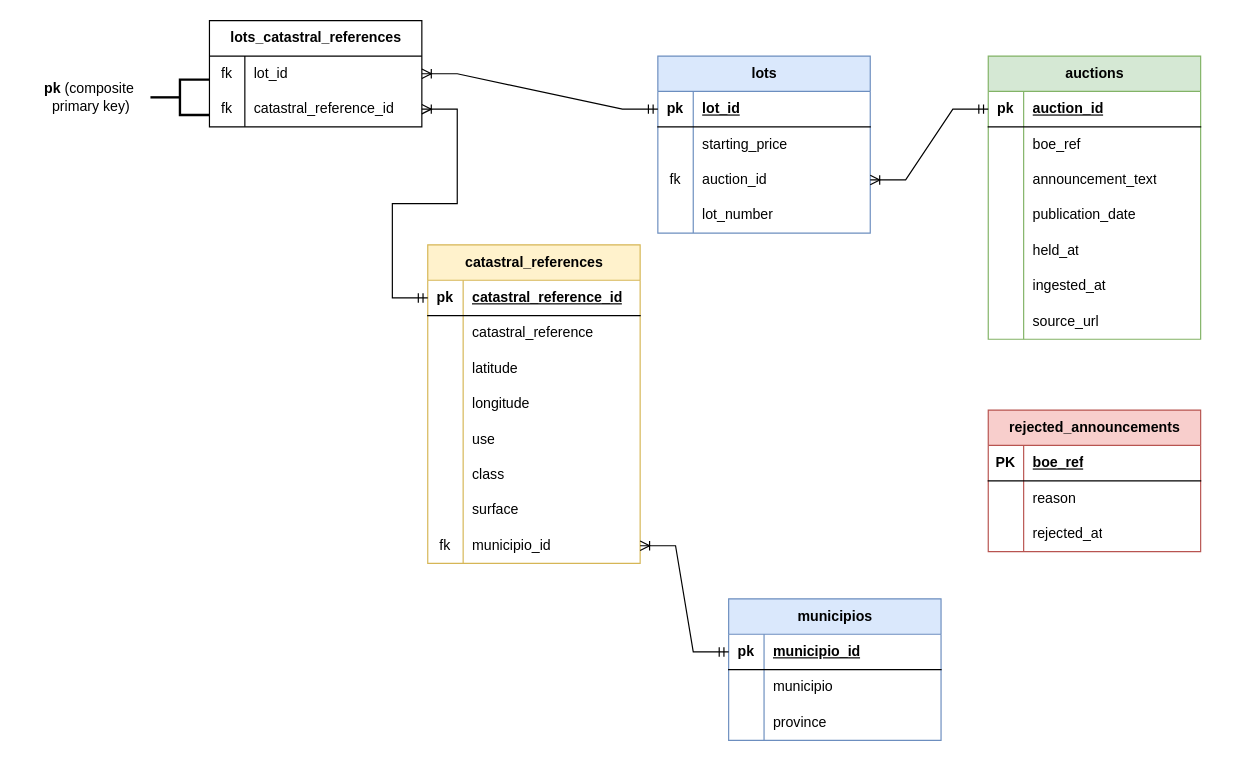
Earlier version of the draw.io diagram data_modeling/OLAP/2.silver/E-R.drawio (MiguelDonado/subastas_analytics). Source tidied: cells renumbered, new cells numbered last; positions are measured from the earlier drawing's top-left corner, leaving out a move shared by most shapes. Both pictures are drawn from the tidied source at 118%, with x=0, y=0 at pixel (20, 20).
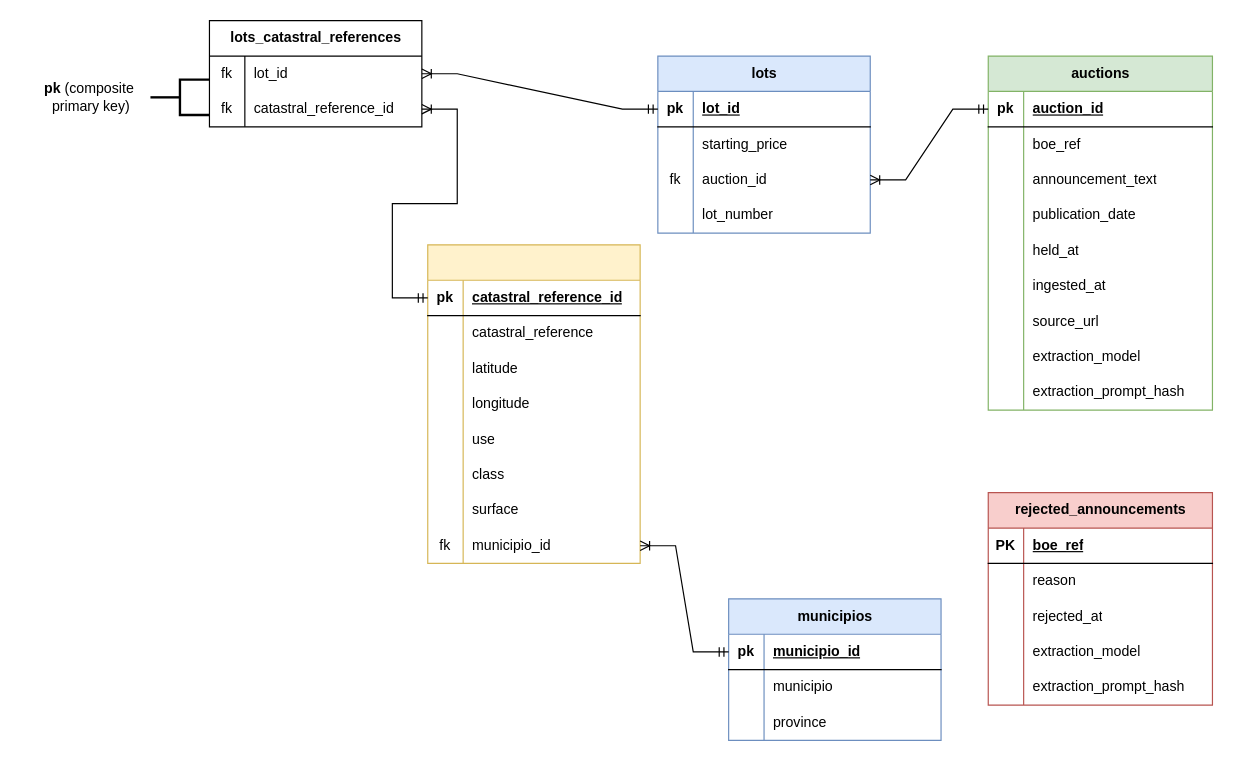
The same diagram, later.

What changed in the source:
```diff
@@
     <mxCell id="2" value="auctions" style="shape=table;startSize=30;childLayout=tableLayout;rowLines=0;fontStyle=1;align=center;html=1;fillColor=#d5e8d4;strokeColor=#82b366;" parent="1" vertex="1">
-      <mxGeometry x="820" y="30" width="180" height="240" as="geometry" />
+      <mxGeometry x="820" y="30" width="190" height="300" as="geometry" />
     </mxCell>
     <mxCell id="3" style="shape=tableRow;horizontal=0;startSize=0;swimlaneHead=0;swimlaneBody=0;fillColor=none;points=[[0,0.5],[1,0.5]];portConstraint=eastwest;top=0;left=0;right=0;bottom=1;" parent="2" vertex="1">
-      <mxGeometry y="30" width="180" height="30" as="geometry" />
+      <mxGeometry y="30" width="190" height="30" as="geometry" />
     </mxCell>
@@
     <mxCell id="5" value="auction_id" style="shape=partialRectangle;fillColor=none;top=0;left=0;bottom=0;right=0;align=left;spacingLeft=6;fontStyle=5;overflow=hidden;whiteSpace=wrap;html=1;" parent="3" vertex="1">
-      <mxGeometry x="30" width="150" height="30" as="geometry" />
+      <mxGeometry x="30" width="160" height="30" as="geometry" />
     </mxCell>
     <mxCell id="6" style="shape=tableRow;horizontal=0;startSize=0;swimlaneHead=0;swimlaneBody=0;fillColor=none;top=0;left=0;right=0;bottom=0;" parent="2" vertex="1">
-      <mxGeometry y="60" width="180" height="30" as="geometry" />
+      <mxGeometry y="60" width="190" height="30" as="geometry" />
     </mxCell>
@@
     <mxCell id="8" value="boe_ref" style="shape=partialRectangle;fillColor=none;top=0;left=0;bottom=0;right=0;align=left;spacingLeft=6;overflow=hidden;whiteSpace=wrap;html=1;" parent="6" vertex="1">
-      <mxGeometry x="30" width="150" height="30" as="geometry" />
+      <mxGeometry x="30" width="160" height="30" as="geometry" />
     </mxCell>
     <mxCell id="9" style="shape=tableRow;horizontal=0;startSize=0;swimlaneHead=0;swimlaneBody=0;fillColor=none;top=0;left=0;right=0;bottom=0;" parent="2" vertex="1">
-      <mxGeometry y="90" width="180" height="30" as="geometry" />
+      <mxGeometry y="90" width="190" height="30" as="geometry" />
     </mxCell>
@@
     <mxCell id="11" value="announcement_text" style="shape=partialRectangle;fillColor=none;top=0;left=0;bottom=0;right=0;align=left;spacingLeft=6;overflow=hidden;whiteSpace=wrap;html=1;" parent="9" vertex="1">
-      <mxGeometry x="30" width="150" height="30" as="geometry" />
+      <mxGeometry x="30" width="160" height="30" as="geometry" />
     </mxCell>
     <mxCell id="12" style="shape=tableRow;horizontal=0;startSize=0;swimlaneHead=0;swimlaneBody=0;fillColor=none;top=0;left=0;right=0;bottom=0;" parent="2" vertex="1">
-      <mxGeometry y="120" width="180" height="30" as="geometry" />
+      <mxGeometry y="120" width="190" height="30" as="geometry" />
     </mxCell>
@@
     <mxCell id="14" value="publication_date" style="shape=partialRectangle;fillColor=none;top=0;left=0;bottom=0;right=0;align=left;spacingLeft=6;overflow=hidden;whiteSpace=wrap;html=1;" parent="12" vertex="1">
-      <mxGeometry x="30" width="150" height="30" as="geometry" />
+      <mxGeometry x="30" width="160" height="30" as="geometry" />
     </mxCell>
     <mxCell id="15" style="shape=tableRow;horizontal=0;startSize=0;swimlaneHead=0;swimlaneBody=0;fillColor=none;top=0;left=0;right=0;bottom=0;" parent="2" vertex="1">
-      <mxGeometry y="150" width="180" height="30" as="geometry" />
+      <mxGeometry y="150" width="190" height="30" as="geometry" />
     </mxCell>
@@
     <mxCell id="17" value="held_at" style="shape=partialRectangle;fillColor=none;top=0;left=0;bottom=0;right=0;align=left;spacingLeft=6;overflow=hidden;whiteSpace=wrap;html=1;" parent="15" vertex="1">
-      <mxGeometry x="30" width="150" height="30" as="geometry" />
+      <mxGeometry x="30" width="160" height="30" as="geometry" />
     </mxCell>
     <mxCell id="18" style="shape=tableRow;horizontal=0;startSize=0;swimlaneHead=0;swimlaneBody=0;fillColor=none;top=0;left=0;right=0;bottom=0;" parent="2" vertex="1">
-      <mxGeometry y="180" width="180" height="30" as="geometry" />
+      <mxGeometry y="180" width="190" height="30" as="geometry" />
     </mxCell>
@@
     <mxCell id="20" value="ingested_at" style="shape=partialRectangle;fillColor=none;top=0;left=0;bottom=0;right=0;align=left;spacingLeft=6;overflow=hidden;whiteSpace=wrap;html=1;" parent="18" vertex="1">
-      <mxGeometry x="30" width="150" height="30" as="geometry" />
+      <mxGeometry x="30" width="160" height="30" as="geometry" />
     </mxCell>
     <mxCell id="21" style="shape=tableRow;horizontal=0;startSize=0;swimlaneHead=0;swimlaneBody=0;fillColor=none;top=0;left=0;right=0;bottom=0;" parent="2" vertex="1">
-      <mxGeometry y="210" width="180" height="30" as="geometry" />
+      <mxGeometry y="210" width="190" height="30" as="geometry" />
     </mxCell>
@@
     <mxCell id="23" value="source_url" style="shape=partialRectangle;fillColor=none;top=0;left=0;bottom=0;right=0;align=left;spacingLeft=6;overflow=hidden;whiteSpace=wrap;html=1;" parent="21" vertex="1">
-      <mxGeometry x="30" width="150" height="30" as="geometry" />
+      <mxGeometry x="30" width="160" height="30" as="geometry" />
     </mxCell>
+    <mxCell id="95" style="shape=tableRow;horizontal=0;startSize=0;swimlaneHead=0;swimlaneBody=0;fillColor=none;top=0;left=0;right=0;bottom=0;" parent="2" vertex="1">
+      <mxGeometry y="240" width="190" height="30" as="geometry" />
+    </mxCell>
+    <mxCell id="96" style="shape=partialRectangle;fillColor=none;top=0;left=0;bottom=0;right=0;overflow=hidden;whiteSpace=wrap;html=1;" parent="95" vertex="1">
+      <mxGeometry width="30" height="30" as="geometry" />
+    </mxCell>
+    <mxCell id="97" value="extraction_model" style="shape=partialRectangle;fillColor=none;top=0;left=0;bottom=0;right=0;align=left;spacingLeft=6;overflow=hidden;whiteSpace=wrap;html=1;" parent="95" vertex="1">
+      <mxGeometry x="30" width="160" height="30" as="geometry" />
+    </mxCell>
+    <mxCell id="98" style="shape=tableRow;horizontal=0;startSize=0;swimlaneHead=0;swimlaneBody=0;fillColor=none;top=0;left=0;right=0;bottom=0;" parent="2" vertex="1">
+      <mxGeometry y="270" width="190" height="30" as="geometry" />
+    </mxCell>
+    <mxCell id="99" style="shape=partialRectangle;fillColor=none;top=0;left=0;bottom=0;right=0;overflow=hidden;whiteSpace=wrap;html=1;" parent="98" vertex="1">
+      <mxGeometry width="30" height="30" as="geometry" />
+    </mxCell>
+    <mxCell id="100" value="extraction_prompt_hash" style="shape=partialRectangle;fillColor=none;top=0;left=0;bottom=0;right=0;align=left;spacingLeft=6;overflow=hidden;whiteSpace=wrap;html=1;" parent="98" vertex="1">
+      <mxGeometry x="30" width="160" height="30" as="geometry" />
+    </mxCell>
@@
-    <mxCell id="48" value="catastral_references" style="shape=table;startSize=30;childLayout=tableLayout;rowLines=0;fontStyle=1;align=center;html=1;fillColor=#fff2cc;strokeColor=#d6b656;" parent="1" vertex="1">
+    <mxCell id="48" value="&amp;nbsp; &amp;nbsp; &amp;nbsp; &amp;nbsp; &amp;nbsp; &amp;nbsp; &amp;nbsp; &amp;nbsp; &amp;nbsp; &amp;nbsp; &amp;nbsp; &amp;nbsp; &amp;nbsp; &amp;nbsp;&amp;nbsp;" style="shape=table;startSize=30;childLayout=tableLayout;rowLines=0;fontStyle=1;align=center;html=1;fillColor=#fff2cc;strokeColor=#d6b656;" parent="1" vertex="1">
       <mxGeometry x="345" y="190" width="180" height="270" as="geometry" />
     </mxCell>
@@
     <mxCell id="85" value="rejected_announcements" style="shape=table;startSize=30;childLayout=tableLayout;rowLines=0;fontStyle=1;align=center;html=1;fillColor=#f8cecc;strokeColor=#b85450;" parent="1" vertex="1">
-      <mxGeometry x="820" y="330" width="180" height="120" as="geometry" />
+      <mxGeometry x="820" y="400" width="190" height="180" as="geometry" />
     </mxCell>
     <mxCell id="86" style="shape=tableRow;horizontal=0;startSize=0;swimlaneHead=0;swimlaneBody=0;fillColor=none;top=0;left=0;right=0;bottom=1;" parent="85" vertex="1">
-      <mxGeometry y="30" width="180" height="30" as="geometry" />
+      <mxGeometry y="30" width="190" height="30" as="geometry" />
     </mxCell>
@@
     <mxCell id="88" value="boe_ref" style="shape=partialRectangle;fillColor=none;top=0;left=0;bottom=0;right=0;align=left;spacingLeft=6;fontStyle=5;overflow=hidden;whiteSpace=wrap;html=1;" parent="86" vertex="1">
-      <mxGeometry x="30" width="150" height="30" as="geometry" />
+      <mxGeometry x="30" width="160" height="30" as="geometry" />
     </mxCell>
     <mxCell id="89" style="shape=tableRow;horizontal=0;startSize=0;swimlaneHead=0;swimlaneBody=0;fillColor=none;top=0;left=0;right=0;bottom=0;" parent="85" vertex="1">
-      <mxGeometry y="60" width="180" height="30" as="geometry" />
+      <mxGeometry y="60" width="190" height="30" as="geometry" />
     </mxCell>
@@
     <mxCell id="91" value="reason" style="shape=partialRectangle;fillColor=none;top=0;left=0;bottom=0;right=0;align=left;spacingLeft=6;overflow=hidden;whiteSpace=wrap;html=1;" parent="89" vertex="1">
-      <mxGeometry x="30" width="150" height="30" as="geometry" />
+      <mxGeometry x="30" width="160" height="30" as="geometry" />
     </mxCell>
     <mxCell id="92" style="shape=tableRow;horizontal=0;startSize=0;swimlaneHead=0;swimlaneBody=0;fillColor=none;top=0;left=0;right=0;bottom=0;" parent="85" vertex="1">
-      <mxGeometry y="90" width="180" height="30" as="geometry" />
+      <mxGeometry y="90" width="190" height="30" as="geometry" />
     </mxCell>
@@
     <mxCell id="94" value="rejected_at" style="shape=partialRectangle;fillColor=none;top=0;left=0;bottom=0;right=0;align=left;spacingLeft=6;overflow=hidden;whiteSpace=wrap;html=1;" parent="92" vertex="1">
-      <mxGeometry x="30" width="150" height="30" as="geometry" />
+      <mxGeometry x="30" width="160" height="30" as="geometry" />
     </mxCell>
+    <mxCell id="101" style="shape=tableRow;horizontal=0;startSize=0;swimlaneHead=0;swimlaneBody=0;fillColor=none;top=0;left=0;right=0;bottom=0;" parent="85" vertex="1">
+      <mxGeometry y="120" width="190" height="30" as="geometry" />
+    </mxCell>
+    <mxCell id="102" style="shape=partialRectangle;fillColor=none;top=0;left=0;bottom=0;right=0;overflow=hidden;whiteSpace=wrap;html=1;" parent="101" vertex="1">
+      <mxGeometry width="30" height="30" as="geometry" />
+    </mxCell>
+    <mxCell id="103" value="extraction_model" style="shape=partialRectangle;fillColor=none;top=0;left=0;bottom=0;right=0;align=left;spacingLeft=6;overflow=hidden;whiteSpace=wrap;html=1;" parent="101" vertex="1">
+      <mxGeometry x="30" width="160" height="30" as="geometry" />
+    </mxCell>
+    <mxCell id="104" style="shape=tableRow;horizontal=0;startSize=0;swimlaneHead=0;swimlaneBody=0;fillColor=none;top=0;left=0;right=0;bottom=0;" parent="85" vertex="1">
+      <mxGeometry y="150" width="190" height="30" as="geometry" />
+    </mxCell>
+    <mxCell id="105" style="shape=partialRectangle;fillColor=none;top=0;left=0;bottom=0;right=0;overflow=hidden;whiteSpace=wrap;html=1;" parent="104" vertex="1">
+      <mxGeometry width="30" height="30" as="geometry" />
+    </mxCell>
+    <mxCell id="106" value="extraction_prompt_hash" style="shape=partialRectangle;fillColor=none;top=0;left=0;bottom=0;right=0;align=left;spacingLeft=6;overflow=hidden;whiteSpace=wrap;html=1;" parent="104" vertex="1">
+      <mxGeometry x="30" width="160" height="30" as="geometry" />
+    </mxCell>
```
